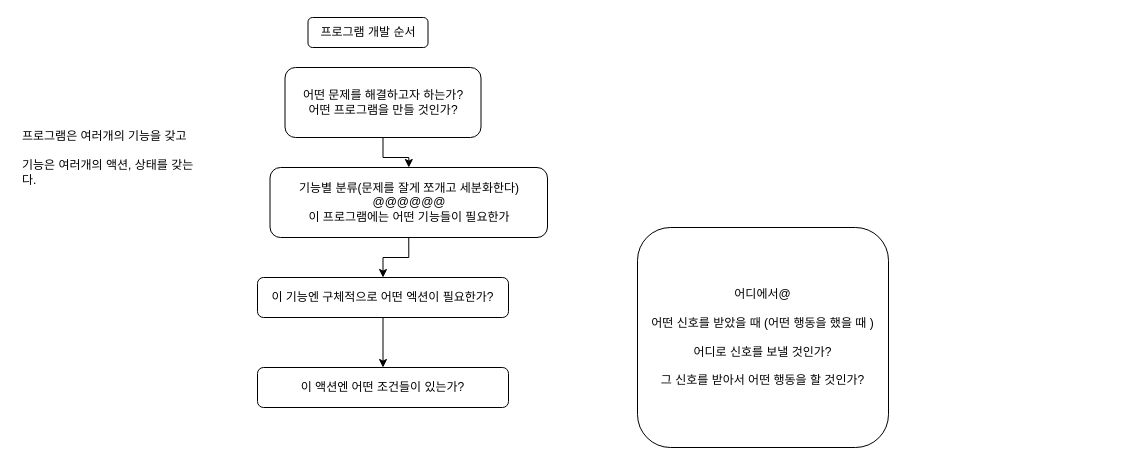
This is 다이어그램/@@@@프로그램 구현 순서.drawio from steelfs/JY, a draw.io file, before an edit. Source tidied: cells renumbered, new cells numbered last; positions are measured from the earlier drawing's top-left corner, leaving out a move shared by most shapes. Both pictures are drawn from the tidied source at 100%, with x=0, y=0 at pixel (17, 17).
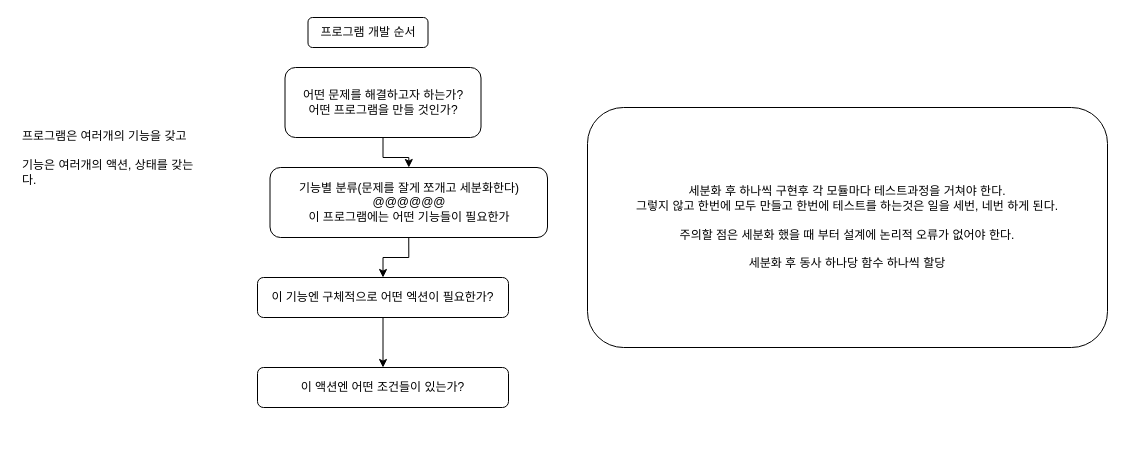
The same page after the edit.

Commit message (it also covers changes not shown here):
프로그램 설계도 업데이트

Diff of the diagram source:
```diff
@@
 <mxGraphModel>
   <root>
     <mxCell id="0" />
     <mxCell id="1" parent="0" />
     <mxCell id="2" value="기능별 분류(문제를 잘게 쪼개고 세분화한다)&lt;br&gt;@@@@@@&lt;br&gt;이 프로그램에는 어떤 기능들이 필요한가" style="rounded=1;whiteSpace=wrap;html=1;" parent="1" vertex="1">
       <mxGeometry x="252.5" y="150" width="277.5" height="70" as="geometry" />
     </mxCell>
     <mxCell id="3" value="프로그램 개발 순서" style="rounded=1;whiteSpace=wrap;html=1;" parent="1" vertex="1">
       <mxGeometry x="290.5" width="120" height="30" as="geometry" />
     </mxCell>
     <mxCell id="4" style="edgeStyle=orthogonalEdgeStyle;rounded=0;jettySize=auto;html=1;exitX=0.5;exitY=1;exitDx=0;exitDy=0;entryX=0.5;entryY=0;entryDx=0;entryDy=0;" parent="1" edge="1" source="2" target="6">
       <mxGeometry relative="1" as="geometry" />
     </mxCell>
     <mxCell id="5" style="edgeStyle=orthogonalEdgeStyle;rounded=0;jettySize=auto;html=1;exitX=0.5;exitY=1;exitDx=0;exitDy=0;" parent="1" edge="1" source="6" target="10">
       <mxGeometry relative="1" as="geometry" />
     </mxCell>
     <mxCell id="6" value="이 기능엔 구체적으로 어떤 엑션이 필요한가?" style="rounded=1;whiteSpace=wrap;html=1;" parent="1" vertex="1">
       <mxGeometry x="240" y="260" width="251" height="40" as="geometry" />
     </mxCell>
     <mxCell id="7" value="&lt;h1 style=&quot;font-size: 15px;&quot;&gt;&lt;br&gt;&lt;/h1&gt;&lt;div&gt;&lt;br&gt;&lt;/div&gt;&lt;div&gt;프로그램은 여러개의 기능을 갖고&lt;/div&gt;&lt;div&gt;&lt;br&gt;&lt;/div&gt;&lt;div&gt;기능은 여러개의 액션, 상태를 갖는다.&lt;/div&gt;" style="text;html=1;strokeColor=none;fillColor=none;spacing=5;spacingTop=-20;whiteSpace=wrap;overflow=hidden;rounded=0;" parent="1" vertex="1">
       <mxGeometry y="70" width="190" height="120" as="geometry" />
     </mxCell>
     <mxCell id="8" style="edgeStyle=orthogonalEdgeStyle;rounded=0;jettySize=auto;html=1;exitX=0.5;exitY=1;exitDx=0;exitDy=0;" parent="1" edge="1" source="9" target="2">
       <mxGeometry relative="1" as="geometry" />
     </mxCell>
     <mxCell id="9" value="어떤 문제를 해결하고자 하는가?&lt;br&gt;어떤 프로그램을 만들 것인가?" style="rounded=1;whiteSpace=wrap;html=1;" parent="1" vertex="1">
       <mxGeometry x="267.5" y="50" width="196" height="70" as="geometry" />
     </mxCell>
     <mxCell id="10" value="이 액션엔 어떤 조건들이 있는가?" style="rounded=1;whiteSpace=wrap;html=1;" parent="1" vertex="1">
       <mxGeometry x="240" y="350" width="251" height="40" as="geometry" />
     </mxCell>
-    <mxCell id="11" value="어디에서@ &lt;br&gt;&lt;br&gt;어떤 신호를 받았을 때 (어떤 행동을 했을 때 )&lt;br&gt;&lt;br&gt;어디로 신호를 보낼 것인가?&lt;br&gt;&lt;br&gt;그 신호를 받아서 어떤 행동을 할 것인가?" style="rounded=1;whiteSpace=wrap;html=1;" parent="1" vertex="1">
-      <mxGeometry x="620" y="210" width="251" height="220" as="geometry" />
-    </mxCell>
+    <mxCell id="12" value="세분화 후 하나씩 구현후 각 모듈마다 테스트과정을 거쳐야 한다.&lt;br&gt;그렇지 않고 한번에 모두 만들고 한번에 테스트를 하는것은 일을 세번, 네번 하게 된다.&lt;br&gt;&lt;br&gt;주의할 점은 세분화 했을 때 부터 설계에 논리적 오류가 없어야 한다.&lt;br&gt;&lt;br&gt;세분화 후 동사 하나당 함수 하나씩 할당" style="rounded=1;whiteSpace=wrap;html=1;" parent="1" vertex="1">
+      <mxGeometry x="570" y="90" width="520" height="240" as="geometry" />
+    </mxCell>
   </root>
 </mxGraphModel>
```
